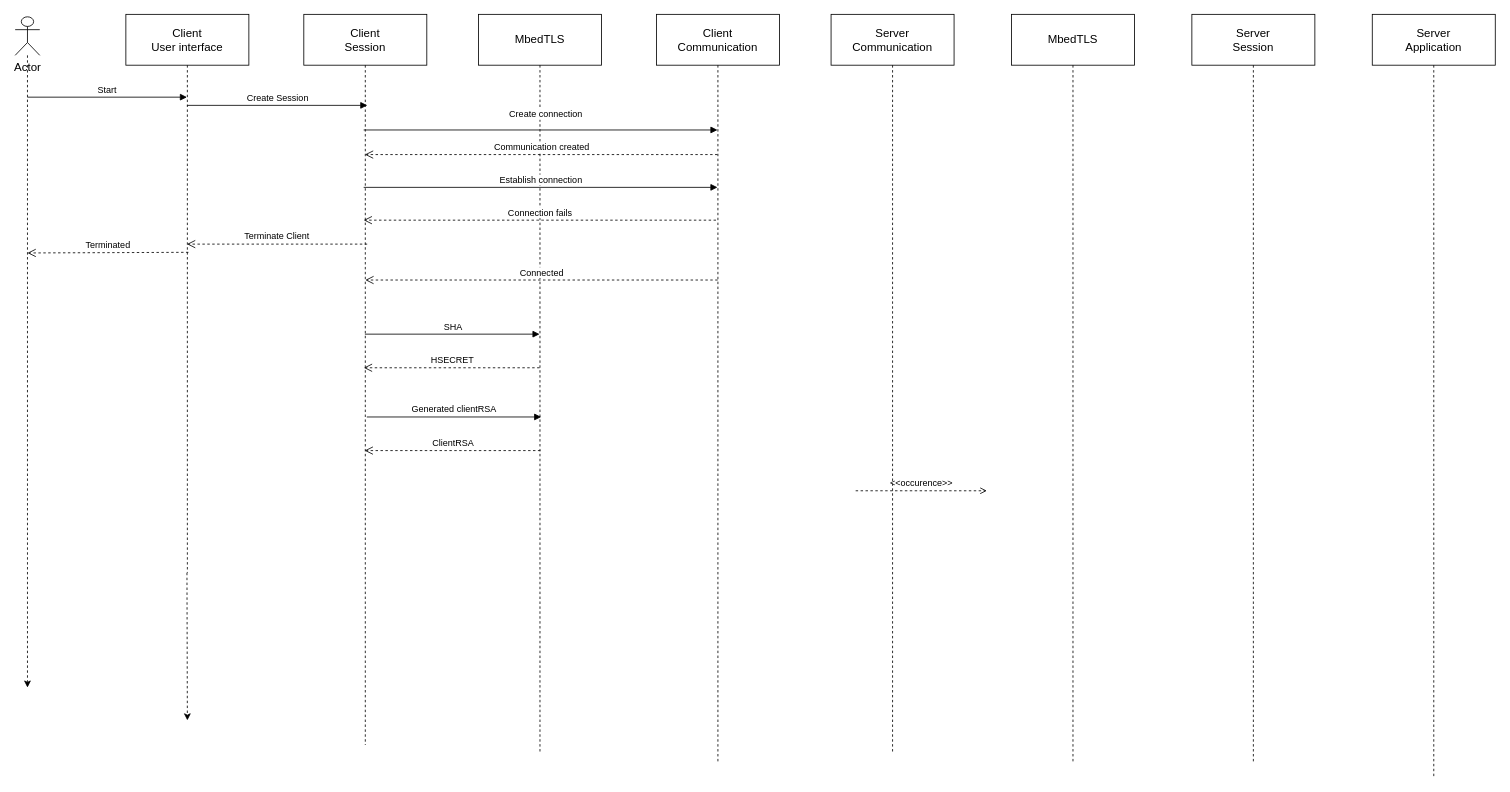
The draw.io diagram docs/system_sequence_diagram.drawio in pernillamoreno/Exam-Security-Project, before the edit. Source tidied: cells renumbered, new cells numbered last; positions are measured from the earlier drawing's top-left corner, leaving out a move shared by most shapes. Both pictures are drawn from the tidied source at 82%, with x=0, y=0 at pixel (15, 14).
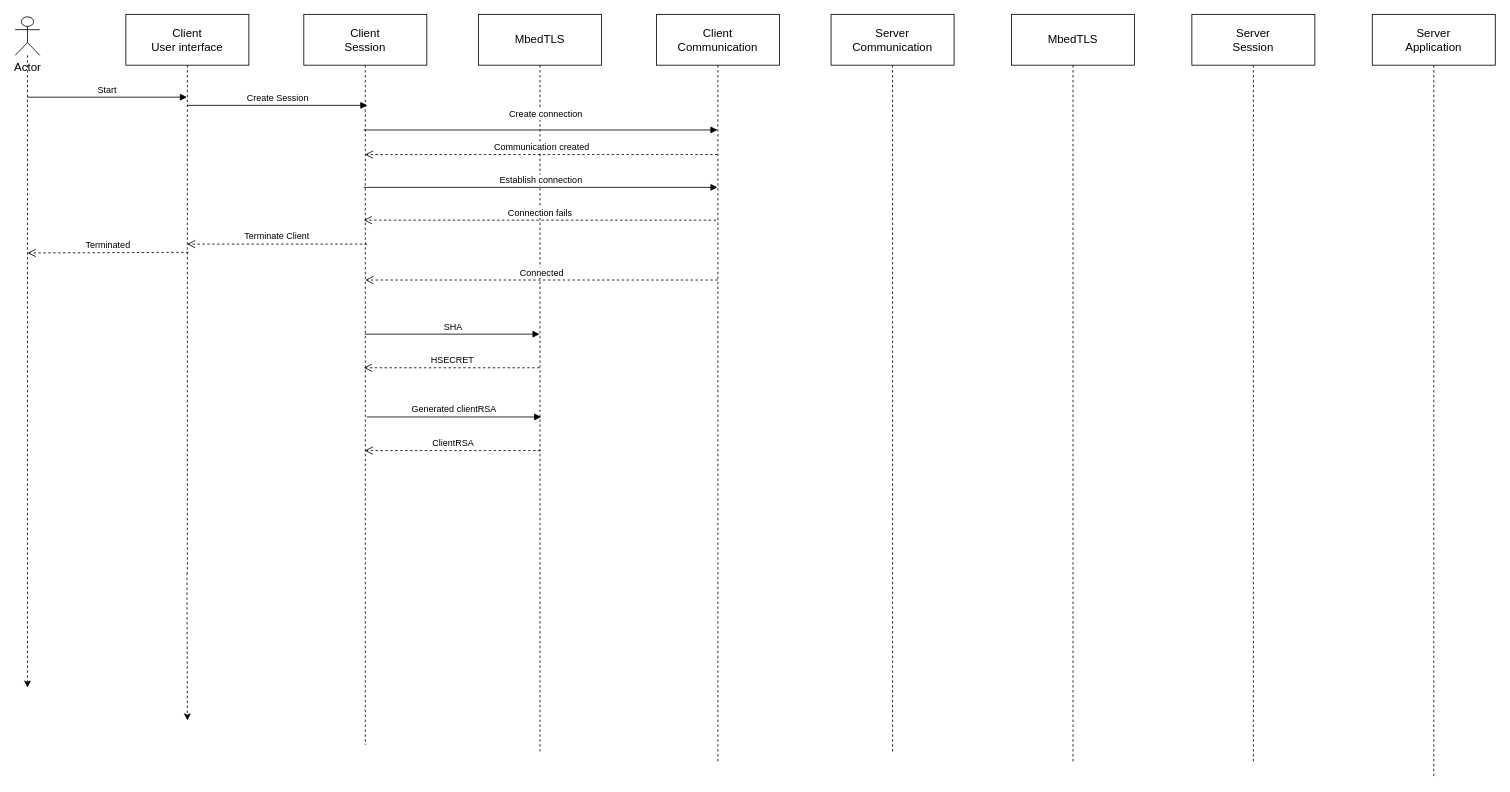
The same diagram, later.

Change to the diagram source:
```diff
@@
-    <mxCell id="26" value="&amp;lt;&amp;lt;occurence&amp;gt;&amp;gt;" style="html=1;verticalAlign=bottom;labelBackgroundColor=none;endArrow=open;endFill=0;dashed=1;" parent="1" edge="1">
-      <mxGeometry relative="1" as="geometry">
-        <mxPoint x="1025" y="581" as="sourcePoint" />
-        <mxPoint x="1185" y="581" as="targetPoint" />
-      </mxGeometry>
-    </mxCell>
```
